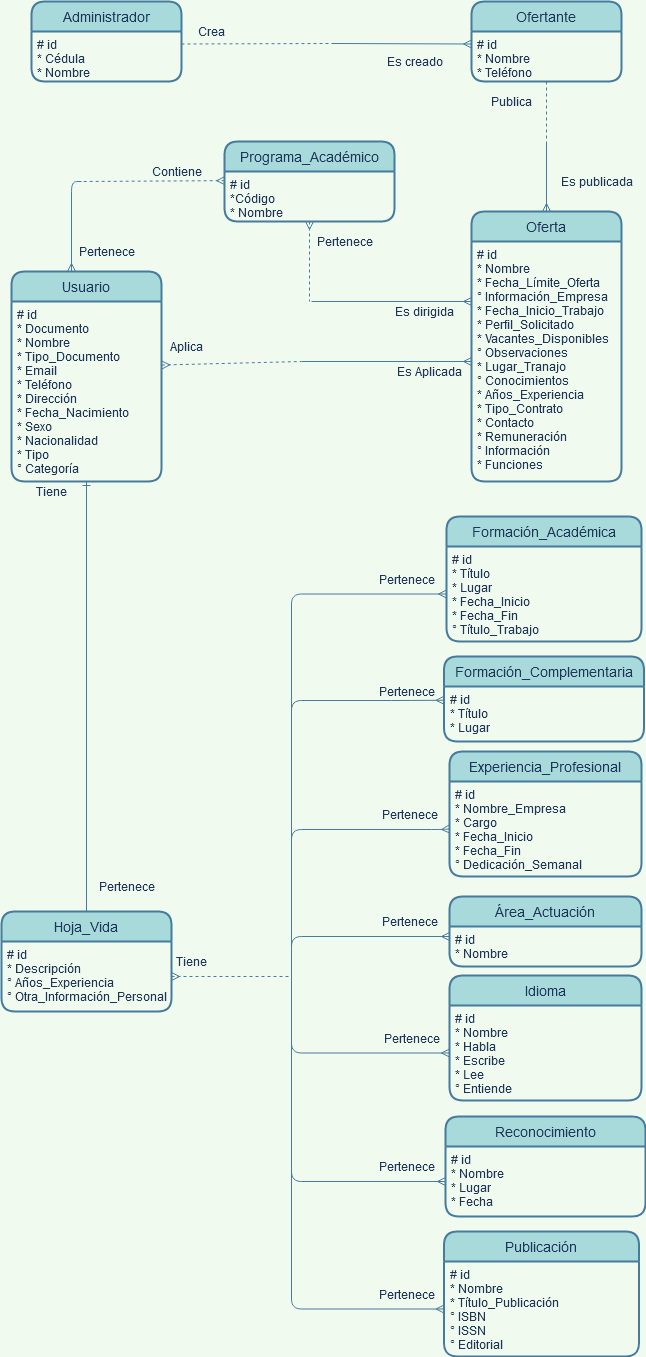
JulianRojasBet/hv_estudiantes keeps this draw.io diagram as Diagramas/Imágenes/Entidad-Relación.png. Above is the earlier version. Source tidied: cells renumbered, new cells last; positions are measured from the earlier drawing's top-left corner, leaving out a move shared by most shapes.
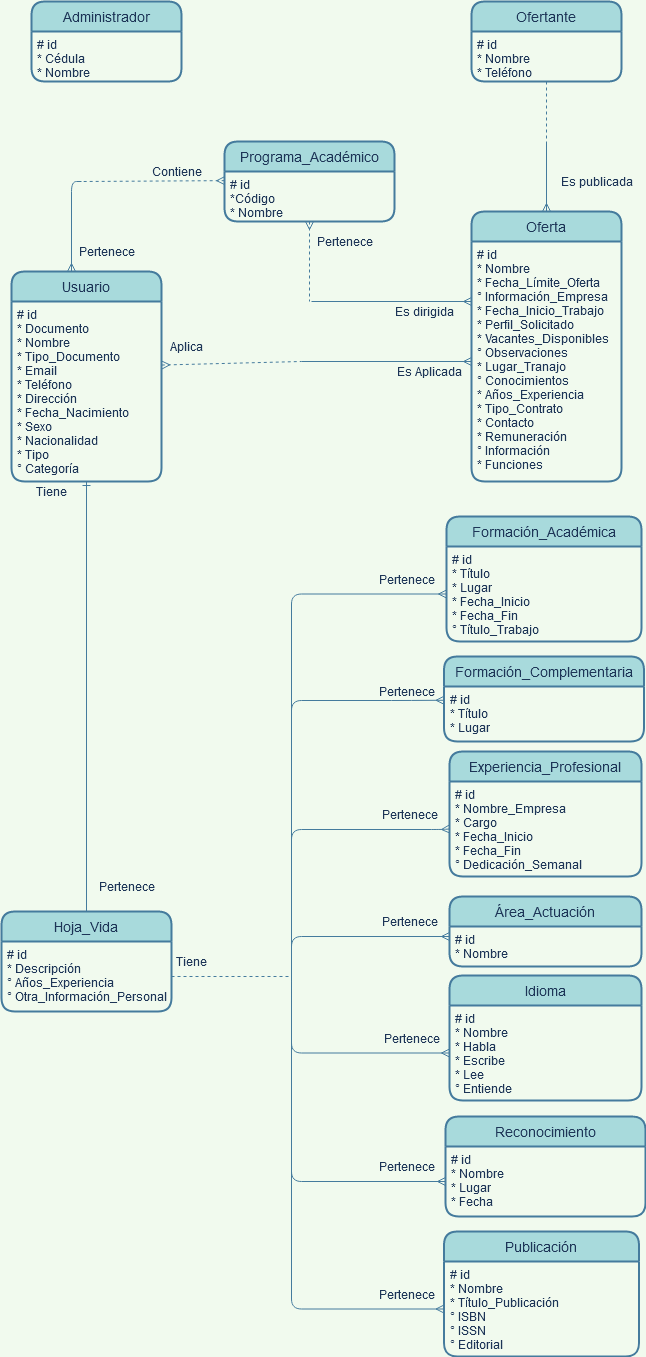
Above is the later version.

Commit message:
Modified Diagrams, and new version for Arquitectura de la Información

The edit, as a diff of the source:
```diff
@@ -14,22 +14,6 @@
     <mxCell id="5" value="# id&#10;* Nombre&#10;* Teléfono" style="align=left;strokeColor=none;fillColor=none;spacingLeft=4;fontSize=12;verticalAlign=top;fontColor=#1D3557;" parent="4" vertex="1">
       <mxGeometry y="30" width="150" height="50" as="geometry" />
     </mxCell>
-    <mxCell id="6" style="endArrow=none;dashed=1;html=1;exitX=1;exitY=0.25;exitDx=0;exitDy=0;labelBackgroundColor=#F1FAEE;strokeColor=#457B9D;fontColor=#1D3557;" parent="1" edge="1" source="3">
-      <mxGeometry relative="1" as="geometry">
-        <mxPoint x="330" y="42" as="targetPoint" />
-      </mxGeometry>
-    </mxCell>
-    <mxCell id="7" style="endArrow=ERmany;html=1;entryX=0;entryY=0.25;entryDx=0;entryDy=0;endFill=0;labelBackgroundColor=#F1FAEE;strokeColor=#457B9D;fontColor=#1D3557;" parent="1" edge="1" target="5">
-      <mxGeometry relative="1" as="geometry">
-        <mxPoint x="330" y="42" as="sourcePoint" />
-      </mxGeometry>
-    </mxCell>
-    <mxCell id="8" value="Crea" style="text;html=1;align=center;verticalAlign=middle;fontColor=#1D3557;" parent="1" vertex="1">
-      <mxGeometry x="190" y="20" width="40" height="20" as="geometry" />
-    </mxCell>
-    <mxCell id="9" value="Es creado" style="text;html=1;align=center;verticalAlign=middle;fontColor=#1D3557;" parent="1" vertex="1">
-      <mxGeometry x="378" y="50" width="70" height="20" as="geometry" />
-    </mxCell>
     <mxCell id="10" value="Programa_Académico" style="swimlane;horizontal=1;startSize=30;rounded=1;fontSize=14;fontStyle=0;strokeWidth=2;shadow=0;dashed=0;align=center;fillColor=#A8DADC;strokeColor=#457B9D;fontColor=#1D3557;" parent="1" vertex="1">
       <mxGeometry x="223" y="140" width="170" height="80" as="geometry" />
     </mxCell>
@@ -55,9 +39,6 @@
     <mxCell id="16" value="Es publicada" style="text;html=1;align=center;verticalAlign=middle;fontColor=#1D3557;" parent="1" vertex="1">
       <mxGeometry x="550" y="170" width="90" height="20" as="geometry" />
     </mxCell>
-    <mxCell id="17" value="Publica" style="text;html=1;align=center;verticalAlign=middle;fontColor=#1D3557;" parent="1" vertex="1">
-      <mxGeometry x="480" y="90" width="60" height="20" as="geometry" />
-    </mxCell>
     <mxCell id="18" style="endArrow=none;dashed=1;html=1;exitX=1.002;exitY=0.353;exitDx=0;exitDy=0;exitPerimeter=0;startArrow=ERmany;startFill=0;labelBackgroundColor=#F1FAEE;strokeColor=#457B9D;fontColor=#1D3557;" parent="1" edge="1" source="23">
       <mxGeometry relative="1" as="geometry">
         <mxPoint x="300" y="360" as="targetPoint" />
@@ -164,7 +145,7 @@
     <mxCell id="48" value="# id&#10;* Descripción&#10;° Años_Experiencia&#10;° Otra_Información_Personal&#10;" style="align=left;strokeColor=none;fillColor=none;spacingLeft=4;fontSize=12;verticalAlign=top;fontColor=#1D3557;" parent="47" vertex="1">
       <mxGeometry y="30" width="170" height="70" as="geometry" />
     </mxCell>
-    <mxCell id="49" style="endArrow=none;dashed=1;html=1;exitX=1;exitY=0.5;exitDx=0;exitDy=0;startArrow=ERmany;startFill=0;labelBackgroundColor=#F1FAEE;strokeColor=#457B9D;fontColor=#1D3557;" parent="1" edge="1" source="48">
+    <mxCell id="49" style="endArrow=none;dashed=1;html=1;exitX=1;exitY=0.5;exitDx=0;exitDy=0;startArrow=none;startFill=0;labelBackgroundColor=#F1FAEE;strokeColor=#457B9D;fontColor=#1D3557;" parent="1" edge="1" source="48">
       <mxGeometry relative="1" as="geometry">
         <mxPoint x="290" y="975" as="targetPoint" />
       </mxGeometry>
```
